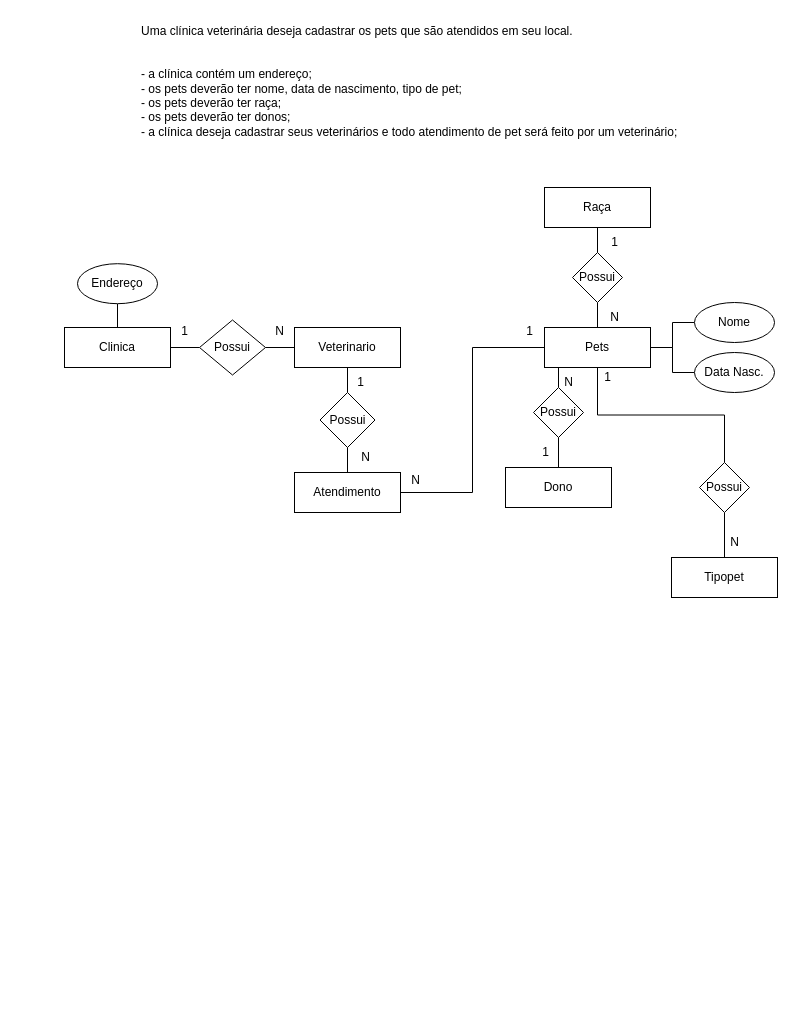
Before: page "Página-4" (4 of 7) of Senai_sprint01/Atividade-1-aula-03/teste.drawio in dgmath/2-Semestre, a draw.io diagram. Source tidied: cells renumbered, new cells numbered last; positions are measured from the earlier drawing's top-left corner, leaving out a move shared by most shapes. Both pictures are drawn from the tidied source at 100%, with x=0, y=0 at pixel (64, 17).
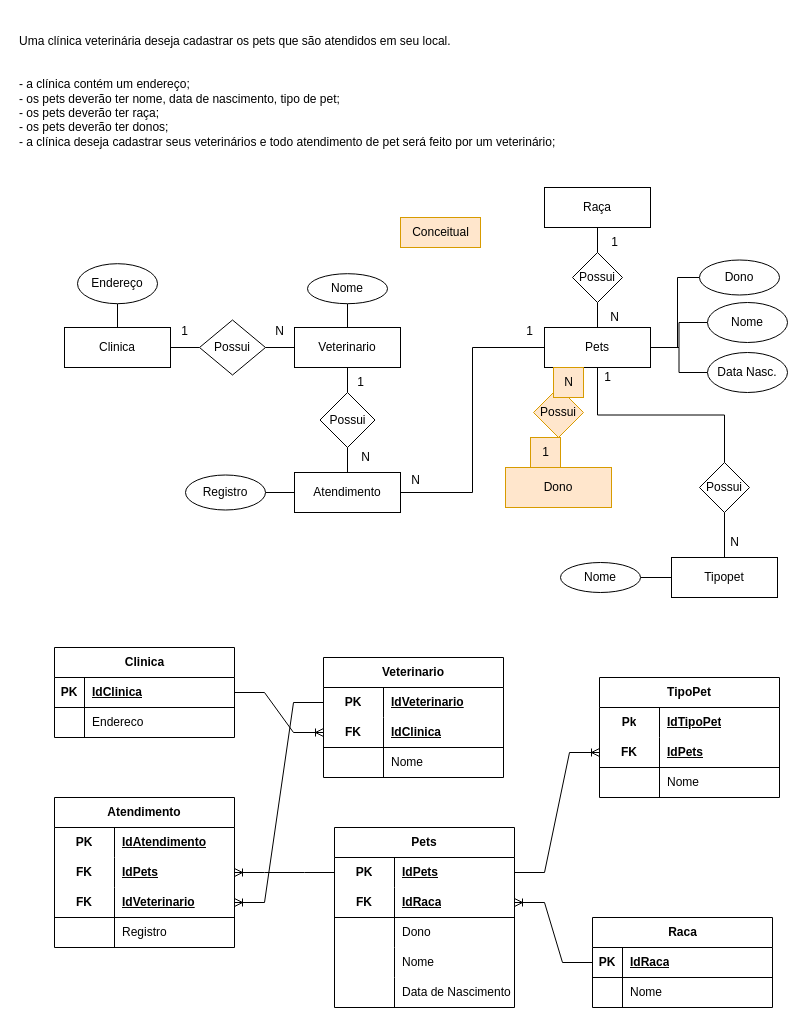
The same page after the edit.

Commit message (it also covers changes not shown here):
Modelo Conceitual, Lógico e Físico Aula-04

The change refers to these unchanged cells:
```xml
<mxCell id="9" value="Pets" style="rounded=0;whiteSpace=wrap;html=1;" parent="1" vertex="1">
  <mxGeometry x="480" y="310" width="106" height="40" as="geometry" />
</mxCell>
<mxCell id="22" value="Veterinario" style="rounded=0;whiteSpace=wrap;html=1;" parent="1" vertex="1">
  <mxGeometry x="230" y="310" width="106" height="40" as="geometry" />
</mxCell>
<mxCell id="35" value="Tipopet" style="rounded=0;whiteSpace=wrap;html=1;" parent="1" vertex="1">
  <mxGeometry x="607" y="540" width="106" height="40" as="geometry" />
</mxCell>
<mxCell id="40" value="Atendimento" style="rounded=0;whiteSpace=wrap;html=1;" parent="1" vertex="1">
  <mxGeometry x="230" y="455" width="106" height="40" as="geometry" />
</mxCell>
```

Diff of the diagram source:
```diff
@@
     <mxCell id="2" value="Uma clínica veterinária deseja cadastrar os pets que são atendidos em seu local.&#10;&#10;&#10;- a clínica contém um endereço;&#10;- os pets deverão ter nome, data de nascimento, tipo de pet;&#10;- os pets deverão ter raça;&#10;- os pets deverão ter donos;&#10;- a clínica deseja cadastrar seus veterinários e todo atendimento de pet será feito por um veterinário;" style="text;whiteSpace=wrap;" parent="1" vertex="1">
-      <mxGeometry x="75" width="560" height="150" as="geometry" />
+      <mxGeometry x="-47" y="10" width="560" height="150" as="geometry" />
     </mxCell>
@@
+    <mxCell id="44" style="edgeStyle=orthogonalEdgeStyle;rounded=0;jettySize=auto;html=1;exitX=1;exitY=0.5;exitDx=0;exitDy=0;endArrow=none;endFill=0;" parent="1" edge="1" source="9" target="95">
+      <mxGeometry relative="1" as="geometry">
+        <Array as="points">
+          <mxPoint x="613" y="330" />
+          <mxPoint x="613" y="260" />
+        </Array>
+      </mxGeometry>
+    </mxCell>
@@
     <mxCell id="10" value="Nome" style="ellipse;whiteSpace=wrap;html=1;" parent="1" vertex="1">
-      <mxGeometry x="630" y="285" width="80" height="40" as="geometry" />
+      <mxGeometry x="643" y="285" width="80" height="40" as="geometry" />
     </mxCell>
     <mxCell id="11" value="Data Nasc." style="ellipse;whiteSpace=wrap;html=1;" parent="1" vertex="1">
-      <mxGeometry x="630" y="335" width="80" height="40" as="geometry" />
+      <mxGeometry x="643" y="335" width="80" height="40" as="geometry" />
     </mxCell>
@@
-    <mxCell id="13" value="Possui" style="rhombus;whiteSpace=wrap;html=1;" parent="1" vertex="1">
+    <mxCell id="13" value="Possui" style="rhombus;whiteSpace=wrap;html=1;fillColor=#ffe6cc;strokeColor=#d79b00;" parent="1" vertex="1">
       <mxGeometry x="469" y="370" width="50" height="50" as="geometry" />
     </mxCell>
@@
-    <mxCell id="15" value="Dono" style="rounded=0;whiteSpace=wrap;html=1;" parent="1" vertex="1">
+    <mxCell id="15" value="Dono" style="rounded=0;whiteSpace=wrap;html=1;fillColor=#ffe6cc;strokeColor=#d79b00;" parent="1" vertex="1">
       <mxGeometry x="441" y="450" width="106" height="40" as="geometry" />
     </mxCell>
-    <mxCell id="16" value="N" style="text;html=1;align=center;verticalAlign=middle;strokeColor=none;fillColor=none;" parent="1" vertex="1">
+    <mxCell id="16" value="N" style="text;html=1;align=center;verticalAlign=middle;strokeColor=#d79b00;fillColor=#ffe6cc;" parent="1" vertex="1">
       <mxGeometry x="489" y="350" width="30" height="30" as="geometry" />
     </mxCell>
-    <mxCell id="17" value="1" style="text;html=1;align=center;verticalAlign=middle;strokeColor=none;fillColor=none;" parent="1" vertex="1">
+    <mxCell id="17" value="1" style="text;html=1;align=center;verticalAlign=middle;strokeColor=#d79b00;fillColor=#ffe6cc;" parent="1" vertex="1">
       <mxGeometry x="466" y="420" width="30" height="30" as="geometry" />
     </mxCell>
@@
+    <mxCell id="45" style="edgeStyle=orthogonalEdgeStyle;rounded=0;jettySize=auto;html=1;endArrow=none;endFill=0;" parent="1" edge="1" source="22" target="106">
+      <mxGeometry relative="1" as="geometry" />
+    </mxCell>
@@
+    <mxCell id="46" style="edgeStyle=orthogonalEdgeStyle;rounded=0;jettySize=auto;html=1;entryX=1;entryY=0.5;entryDx=0;entryDy=0;exitX=0;exitY=0.5;exitDx=0;exitDy=0;endArrow=none;endFill=0;" parent="1" edge="1" source="35" target="107">
+      <mxGeometry relative="1" as="geometry" />
+    </mxCell>
@@
+    <mxCell id="47" style="edgeStyle=orthogonalEdgeStyle;rounded=0;jettySize=auto;html=1;endArrow=none;endFill=0;" parent="1" edge="1" source="40" target="108">
+      <mxGeometry relative="1" as="geometry" />
+    </mxCell>
@@
+    <mxCell id="48" value="Conceitual" style="text;html=1;align=center;verticalAlign=middle;strokeColor=#d79b00;fillColor=#ffe6cc;" parent="1" vertex="1">
+      <mxGeometry x="336" y="200" width="80" height="30" as="geometry" />
+    </mxCell>
+    <mxCell id="49" value="Clinica" style="shape=table;startSize=30;childLayout=tableLayout;rowLines=0;fontStyle=1;align=center;html=1;" parent="1" vertex="1">
+      <mxGeometry x="-10" y="630" width="180" height="90" as="geometry" />
+    </mxCell>
+    <mxCell id="50" style="shape=tableRow;horizontal=0;startSize=0;swimlaneHead=0;swimlaneBody=0;fillColor=none;points=[[0,0.5],[1,0.5]];portConstraint=eastwest;top=0;left=0;right=0;bottom=1;" parent="49" vertex="1">
+      <mxGeometry y="30" width="180" height="30" as="geometry" />
+    </mxCell>
+    <mxCell id="51" value="PK" style="shape=partialRectangle;fillColor=none;top=0;left=0;bottom=0;right=0;fontStyle=1;overflow=hidden;whiteSpace=wrap;html=1;" parent="50" vertex="1">
+      <mxGeometry width="30" height="30" as="geometry" />
+    </mxCell>
+    <mxCell id="52" value="IdClinica" style="shape=partialRectangle;fillColor=none;top=0;left=0;bottom=0;right=0;align=left;spacingLeft=6;fontStyle=5;overflow=hidden;whiteSpace=wrap;html=1;" parent="50" vertex="1">
+      <mxGeometry x="30" width="150" height="30" as="geometry" />
+    </mxCell>
+    <mxCell id="53" style="shape=tableRow;horizontal=0;startSize=0;swimlaneHead=0;swimlaneBody=0;fillColor=none;top=0;left=0;right=0;bottom=0;" parent="49" vertex="1">
+      <mxGeometry y="60" width="180" height="30" as="geometry" />
+    </mxCell>
+    <mxCell id="54" style="shape=partialRectangle;fillColor=none;top=0;left=0;bottom=0;right=0;overflow=hidden;whiteSpace=wrap;html=1;" parent="53" vertex="1">
+      <mxGeometry width="30" height="30" as="geometry" />
+    </mxCell>
+    <mxCell id="55" value="Endereco" style="shape=partialRectangle;fillColor=none;top=0;left=0;bottom=0;right=0;align=left;spacingLeft=6;overflow=hidden;whiteSpace=wrap;html=1;" parent="53" vertex="1">
+      <mxGeometry x="30" width="150" height="30" as="geometry" />
+    </mxCell>
+    <mxCell id="56" value="Veterinario" style="shape=table;startSize=30;childLayout=tableLayout;rowLines=0;fontStyle=1;align=center;html=1;whiteSpace=wrap;" parent="1" vertex="1">
+      <mxGeometry x="259" y="640" width="180" height="120" as="geometry" />
+    </mxCell>
+    <mxCell id="57" style="shape=tableRow;horizontal=0;startSize=0;swimlaneHead=0;swimlaneBody=0;fillColor=none;points=[[0,0.5],[1,0.5]];portConstraint=eastwest;top=0;left=0;right=0;bottom=0;html=1;" parent="56" vertex="1">
+      <mxGeometry y="30" width="180" height="30" as="geometry" />
+    </mxCell>
+    <mxCell id="58" value="PK" style="shape=partialRectangle;fillColor=none;top=0;left=0;bottom=0;right=0;fontStyle=1;overflow=hidden;html=1;whiteSpace=wrap;" parent="57" vertex="1">
+      <mxGeometry width="60" height="30" as="geometry" />
+    </mxCell>
+    <mxCell id="59" value="IdVeterinario" style="shape=partialRectangle;fillColor=none;top=0;left=0;bottom=0;right=0;align=left;spacingLeft=6;fontStyle=5;overflow=hidden;html=1;whiteSpace=wrap;" parent="57" vertex="1">
+      <mxGeometry x="60" width="120" height="30" as="geometry" />
+    </mxCell>
+    <mxCell id="60" style="shape=tableRow;horizontal=0;startSize=0;swimlaneHead=0;swimlaneBody=0;fillColor=none;points=[[0,0.5],[1,0.5]];portConstraint=eastwest;top=0;left=0;right=0;bottom=1;html=1;" parent="56" vertex="1">
+      <mxGeometry y="60" width="180" height="30" as="geometry" />
+    </mxCell>
+    <mxCell id="61" value="FK" style="shape=partialRectangle;fillColor=none;top=0;left=0;bottom=0;right=0;fontStyle=1;overflow=hidden;html=1;whiteSpace=wrap;" parent="60" vertex="1">
+      <mxGeometry width="60" height="30" as="geometry" />
+    </mxCell>
+    <mxCell id="62" value="IdClinica" style="shape=partialRectangle;fillColor=none;top=0;left=0;bottom=0;right=0;align=left;spacingLeft=6;fontStyle=5;overflow=hidden;html=1;whiteSpace=wrap;" parent="60" vertex="1">
+      <mxGeometry x="60" width="120" height="30" as="geometry" />
+    </mxCell>
+    <mxCell id="63" style="shape=tableRow;horizontal=0;startSize=0;swimlaneHead=0;swimlaneBody=0;fillColor=none;top=0;left=0;right=0;bottom=0;html=1;" parent="56" vertex="1">
+      <mxGeometry y="90" width="180" height="30" as="geometry" />
+    </mxCell>
+    <mxCell id="64" style="shape=partialRectangle;fillColor=none;top=0;left=0;bottom=0;right=0;overflow=hidden;html=1;whiteSpace=wrap;" parent="63" vertex="1">
+      <mxGeometry width="60" height="30" as="geometry" />
+    </mxCell>
+    <mxCell id="65" value="Nome" style="shape=partialRectangle;fillColor=none;top=0;left=0;bottom=0;right=0;align=left;spacingLeft=6;overflow=hidden;html=1;whiteSpace=wrap;" parent="63" vertex="1">
+      <mxGeometry x="60" width="120" height="30" as="geometry" />
+    </mxCell>
+    <mxCell id="66" value="Atendimento" style="shape=table;startSize=30;childLayout=tableLayout;rowLines=0;fontStyle=1;align=center;html=1;whiteSpace=wrap;" parent="1" vertex="1">
+      <mxGeometry x="-10" y="780" width="180" height="150" as="geometry" />
+    </mxCell>
+    <mxCell id="67" style="shape=tableRow;horizontal=0;startSize=0;swimlaneHead=0;swimlaneBody=0;fillColor=none;top=0;left=0;right=0;bottom=0;html=1;" parent="66" vertex="1">
+      <mxGeometry y="30" width="180" height="30" as="geometry" />
+    </mxCell>
+    <mxCell id="68" value="PK" style="shape=partialRectangle;fillColor=none;top=0;left=0;bottom=0;right=0;fontStyle=1;overflow=hidden;html=1;whiteSpace=wrap;" parent="67" vertex="1">
+      <mxGeometry width="60" height="30" as="geometry" />
+    </mxCell>
+    <mxCell id="69" value="IdAtendimento" style="shape=partialRectangle;fillColor=none;top=0;left=0;bottom=0;right=0;align=left;spacingLeft=6;fontStyle=5;overflow=hidden;html=1;whiteSpace=wrap;" parent="67" vertex="1">
+      <mxGeometry x="60" width="120" height="30" as="geometry" />
+    </mxCell>
+    <mxCell id="70" style="shape=tableRow;horizontal=0;startSize=0;swimlaneHead=0;swimlaneBody=0;fillColor=none;points=[[0,0.5],[1,0.5]];portConstraint=eastwest;top=0;left=0;right=0;bottom=0;html=1;" parent="66" vertex="1">
+      <mxGeometry y="60" width="180" height="30" as="geometry" />
+    </mxCell>
+    <mxCell id="71" value="FK" style="shape=partialRectangle;fillColor=none;top=0;left=0;bottom=0;right=0;fontStyle=1;overflow=hidden;html=1;whiteSpace=wrap;" parent="70" vertex="1">
+      <mxGeometry width="60" height="30" as="geometry" />
+    </mxCell>
+    <mxCell id="72" value="IdPets" style="shape=partialRectangle;fillColor=none;top=0;left=0;bottom=0;right=0;align=left;spacingLeft=6;fontStyle=5;overflow=hidden;html=1;whiteSpace=wrap;" parent="70" vertex="1">
+      <mxGeometry x="60" width="120" height="30" as="geometry" />
+    </mxCell>
+    <mxCell id="73" style="shape=tableRow;horizontal=0;startSize=0;swimlaneHead=0;swimlaneBody=0;fillColor=none;points=[[0,0.5],[1,0.5]];portConstraint=eastwest;top=0;left=0;right=0;bottom=1;html=1;" parent="66" vertex="1">
+      <mxGeometry y="90" width="180" height="30" as="geometry" />
+    </mxCell>
+    <mxCell id="74" value="FK" style="shape=partialRectangle;fillColor=none;top=0;left=0;bottom=0;right=0;fontStyle=1;overflow=hidden;html=1;whiteSpace=wrap;" parent="73" vertex="1">
+      <mxGeometry width="60" height="30" as="geometry" />
+    </mxCell>
+    <mxCell id="75" value="IdVeterinario" style="shape=partialRectangle;fillColor=none;top=0;left=0;bottom=0;right=0;align=left;spacingLeft=6;fontStyle=5;overflow=hidden;html=1;whiteSpace=wrap;" parent="73" vertex="1">
+      <mxGeometry x="60" width="120" height="30" as="geometry" />
+    </mxCell>
+    <mxCell id="76" style="shape=tableRow;horizontal=0;startSize=0;swimlaneHead=0;swimlaneBody=0;fillColor=none;top=0;left=0;right=0;bottom=0;html=1;" parent="66" vertex="1">
+      <mxGeometry y="120" width="180" height="30" as="geometry" />
+    </mxCell>
+    <mxCell id="77" style="shape=partialRectangle;fillColor=none;top=0;left=0;bottom=0;right=0;overflow=hidden;html=1;whiteSpace=wrap;" parent="76" vertex="1">
+      <mxGeometry width="60" height="30" as="geometry" />
+    </mxCell>
+    <mxCell id="78" value="Registro" style="shape=partialRectangle;fillColor=none;top=0;left=0;bottom=0;right=0;align=left;spacingLeft=6;overflow=hidden;html=1;whiteSpace=wrap;" parent="76" vertex="1">
+      <mxGeometry x="60" width="120" height="30" as="geometry" />
+    </mxCell>
+    <mxCell id="79" value="Pets" style="shape=table;startSize=30;childLayout=tableLayout;rowLines=0;fontStyle=1;align=center;html=1;whiteSpace=wrap;" parent="1" vertex="1">
+      <mxGeometry x="270" y="810" width="180" height="180" as="geometry" />
+    </mxCell>
+    <mxCell id="80" style="shape=tableRow;horizontal=0;startSize=0;swimlaneHead=0;swimlaneBody=0;fillColor=none;points=[[0,0.5],[1,0.5]];portConstraint=eastwest;top=0;left=0;right=0;bottom=0;html=1;" parent="79" vertex="1">
+      <mxGeometry y="30" width="180" height="30" as="geometry" />
+    </mxCell>
+    <mxCell id="81" value="PK" style="shape=partialRectangle;fillColor=none;top=0;left=0;bottom=0;right=0;fontStyle=1;overflow=hidden;html=1;whiteSpace=wrap;" parent="80" vertex="1">
+      <mxGeometry width="60" height="30" as="geometry" />
+    </mxCell>
+    <mxCell id="82" value="IdPets" style="shape=partialRectangle;fillColor=none;top=0;left=0;bottom=0;right=0;align=left;spacingLeft=6;fontStyle=5;overflow=hidden;html=1;whiteSpace=wrap;" parent="80" vertex="1">
+      <mxGeometry x="60" width="120" height="30" as="geometry" />
+    </mxCell>
+    <mxCell id="83" style="shape=tableRow;horizontal=0;startSize=0;swimlaneHead=0;swimlaneBody=0;fillColor=none;points=[[0,0.5],[1,0.5]];portConstraint=eastwest;top=0;left=0;right=0;bottom=1;html=1;" parent="79" vertex="1">
+      <mxGeometry y="60" width="180" height="30" as="geometry" />
+    </mxCell>
+    <mxCell id="84" value="FK" style="shape=partialRectangle;fillColor=none;top=0;left=0;bottom=0;right=0;fontStyle=1;overflow=hidden;html=1;whiteSpace=wrap;" parent="83" vertex="1">
+      <mxGeometry width="60" height="30" as="geometry" />
+    </mxCell>
+    <mxCell id="85" value="IdRaca" style="shape=partialRectangle;fillColor=none;top=0;left=0;bottom=0;right=0;align=left;spacingLeft=6;fontStyle=5;overflow=hidden;html=1;whiteSpace=wrap;" parent="83" vertex="1">
+      <mxGeometry x="60" width="120" height="30" as="geometry" />
+    </mxCell>
+    <mxCell id="86" style="shape=tableRow;horizontal=0;startSize=0;swimlaneHead=0;swimlaneBody=0;fillColor=none;top=0;left=0;right=0;bottom=0;html=1;" parent="79" vertex="1">
+      <mxGeometry y="90" width="180" height="30" as="geometry" />
+    </mxCell>
+    <mxCell id="87" style="shape=partialRectangle;fillColor=none;top=0;left=0;bottom=0;right=0;overflow=hidden;html=1;whiteSpace=wrap;" parent="86" vertex="1">
+      <mxGeometry width="60" height="30" as="geometry" />
+    </mxCell>
+    <mxCell id="88" value="Dono" style="shape=partialRectangle;fillColor=none;top=0;left=0;bottom=0;right=0;align=left;spacingLeft=6;overflow=hidden;html=1;whiteSpace=wrap;" parent="86" vertex="1">
+      <mxGeometry x="60" width="120" height="30" as="geometry" />
+    </mxCell>
+    <mxCell id="89" style="shape=tableRow;horizontal=0;startSize=0;swimlaneHead=0;swimlaneBody=0;fillColor=none;top=0;left=0;right=0;bottom=0;html=1;" parent="79" vertex="1">
+      <mxGeometry y="120" width="180" height="30" as="geometry" />
+    </mxCell>
+    <mxCell id="90" style="shape=partialRectangle;fillColor=none;top=0;left=0;bottom=0;right=0;overflow=hidden;html=1;whiteSpace=wrap;" parent="89" vertex="1">
+      <mxGeometry width="60" height="30" as="geometry" />
+    </mxCell>
+    <mxCell id="91" value="Nome" style="shape=partialRectangle;fillColor=none;top=0;left=0;bottom=0;right=0;align=left;spacingLeft=6;overflow=hidden;html=1;whiteSpace=wrap;" parent="89" vertex="1">
+      <mxGeometry x="60" width="120" height="30" as="geometry" />
+    </mxCell>
+    <mxCell id="92" style="shape=tableRow;horizontal=0;startSize=0;swimlaneHead=0;swimlaneBody=0;fillColor=none;top=0;left=0;right=0;bottom=0;html=1;" parent="79" vertex="1">
+      <mxGeometry y="150" width="180" height="30" as="geometry" />
+    </mxCell>
+    <mxCell id="93" style="shape=partialRectangle;fillColor=none;top=0;left=0;bottom=0;right=0;overflow=hidden;html=1;whiteSpace=wrap;" parent="92" vertex="1">
+      <mxGeometry width="60" height="30" as="geometry" />
+    </mxCell>
+    <mxCell id="94" value="Data de Nascimento" style="shape=partialRectangle;fillColor=none;top=0;left=0;bottom=0;right=0;align=left;spacingLeft=6;overflow=hidden;html=1;whiteSpace=wrap;" parent="92" vertex="1">
+      <mxGeometry x="60" width="120" height="30" as="geometry" />
+    </mxCell>
+    <mxCell id="95" value="Dono" style="ellipse;whiteSpace=wrap;html=1;rounded=0;" parent="1" vertex="1">
+      <mxGeometry x="635" y="242.5" width="80" height="35" as="geometry" />
+    </mxCell>
+    <mxCell id="96" value="TipoPet" style="shape=table;startSize=30;childLayout=tableLayout;rowLines=0;fontStyle=1;align=center;html=1;whiteSpace=wrap;" parent="1" vertex="1">
+      <mxGeometry x="535" y="660" width="180" height="120" as="geometry" />
+    </mxCell>
+    <mxCell id="97" style="shape=tableRow;horizontal=0;startSize=0;swimlaneHead=0;swimlaneBody=0;fillColor=none;top=0;left=0;right=0;bottom=0;html=1;" parent="96" vertex="1">
+      <mxGeometry y="30" width="180" height="30" as="geometry" />
+    </mxCell>
+    <mxCell id="98" value="Pk" style="shape=partialRectangle;fillColor=none;top=0;left=0;bottom=0;right=0;fontStyle=1;overflow=hidden;html=1;whiteSpace=wrap;" parent="97" vertex="1">
+      <mxGeometry width="60" height="30" as="geometry" />
+    </mxCell>
+    <mxCell id="99" value="IdTipoPet" style="shape=partialRectangle;fillColor=none;top=0;left=0;bottom=0;right=0;align=left;spacingLeft=6;fontStyle=5;overflow=hidden;html=1;whiteSpace=wrap;" parent="97" vertex="1">
+      <mxGeometry x="60" width="120" height="30" as="geometry" />
+    </mxCell>
+    <mxCell id="100" style="shape=tableRow;horizontal=0;startSize=0;swimlaneHead=0;swimlaneBody=0;fillColor=none;points=[[0,0.5],[1,0.5]];portConstraint=eastwest;top=0;left=0;right=0;bottom=1;html=1;" parent="96" vertex="1">
+      <mxGeometry y="60" width="180" height="30" as="geometry" />
+    </mxCell>
+    <mxCell id="101" value="FK" style="shape=partialRectangle;fillColor=none;top=0;left=0;bottom=0;right=0;fontStyle=1;overflow=hidden;html=1;whiteSpace=wrap;" parent="100" vertex="1">
+      <mxGeometry width="60" height="30" as="geometry" />
+    </mxCell>
+    <mxCell id="102" value="IdPets" style="shape=partialRectangle;fillColor=none;top=0;left=0;bottom=0;right=0;align=left;spacingLeft=6;fontStyle=5;overflow=hidden;html=1;whiteSpace=wrap;" parent="100" vertex="1">
+      <mxGeometry x="60" width="120" height="30" as="geometry" />
+    </mxCell>
+    <mxCell id="103" style="shape=tableRow;horizontal=0;startSize=0;swimlaneHead=0;swimlaneBody=0;fillColor=none;top=0;left=0;right=0;bottom=0;html=1;" parent="96" vertex="1">
+      <mxGeometry y="90" width="180" height="30" as="geometry" />
+    </mxCell>
+    <mxCell id="104" style="shape=partialRectangle;fillColor=none;top=0;left=0;bottom=0;right=0;overflow=hidden;html=1;whiteSpace=wrap;" parent="103" vertex="1">
+      <mxGeometry width="60" height="30" as="geometry" />
+    </mxCell>
+    <mxCell id="105" value="Nome" style="shape=partialRectangle;fillColor=none;top=0;left=0;bottom=0;right=0;align=left;spacingLeft=6;overflow=hidden;html=1;whiteSpace=wrap;" parent="103" vertex="1">
+      <mxGeometry x="60" width="120" height="30" as="geometry" />
+    </mxCell>
+    <mxCell id="106" value="Nome" style="ellipse;whiteSpace=wrap;html=1;rounded=0;" parent="1" vertex="1">
+      <mxGeometry x="243" y="256.2" width="80" height="30" as="geometry" />
+    </mxCell>
+    <mxCell id="107" value="Nome" style="ellipse;whiteSpace=wrap;html=1;rounded=0;" parent="1" vertex="1">
+      <mxGeometry x="496" y="545" width="80" height="30" as="geometry" />
+    </mxCell>
+    <mxCell id="108" value="Registro" style="ellipse;whiteSpace=wrap;html=1;rounded=0;" parent="1" vertex="1">
+      <mxGeometry x="121" y="457.5" width="80" height="35" as="geometry" />
+    </mxCell>
+    <mxCell id="109" style="edgeStyle=entityRelationEdgeStyle;fontSize=12;html=1;endArrow=ERoneToMany;rounded=0;entryX=0;entryY=0.5;entryDx=0;entryDy=0;" parent="1" edge="1" source="50" target="60">
+      <mxGeometry relative="1" as="geometry" />
+    </mxCell>
+    <mxCell id="110" style="edgeStyle=entityRelationEdgeStyle;fontSize=12;html=1;endArrow=ERoneToMany;rounded=0;exitX=0;exitY=0.5;exitDx=0;exitDy=0;entryX=1;entryY=0.5;entryDx=0;entryDy=0;" parent="1" edge="1" source="57" target="73">
+      <mxGeometry relative="1" as="geometry" />
+    </mxCell>
+    <mxCell id="111" value="Raca" style="shape=table;startSize=30;childLayout=tableLayout;rowLines=0;fontStyle=1;align=center;html=1;" parent="1" vertex="1">
+      <mxGeometry x="528" y="900" width="180" height="90" as="geometry" />
+    </mxCell>
+    <mxCell id="112" style="shape=tableRow;horizontal=0;startSize=0;swimlaneHead=0;swimlaneBody=0;fillColor=none;points=[[0,0.5],[1,0.5]];portConstraint=eastwest;top=0;left=0;right=0;bottom=1;" parent="111" vertex="1">
+      <mxGeometry y="30" width="180" height="30" as="geometry" />
+    </mxCell>
+    <mxCell id="113" value="PK" style="shape=partialRectangle;fillColor=none;top=0;left=0;bottom=0;right=0;fontStyle=1;overflow=hidden;whiteSpace=wrap;html=1;" parent="112" vertex="1">
+      <mxGeometry width="30" height="30" as="geometry" />
+    </mxCell>
+    <mxCell id="114" value="IdRaca" style="shape=partialRectangle;fillColor=none;top=0;left=0;bottom=0;right=0;align=left;spacingLeft=6;fontStyle=5;overflow=hidden;whiteSpace=wrap;html=1;" parent="112" vertex="1">
+      <mxGeometry x="30" width="150" height="30" as="geometry" />
+    </mxCell>
+    <mxCell id="115" style="shape=tableRow;horizontal=0;startSize=0;swimlaneHead=0;swimlaneBody=0;fillColor=none;top=0;left=0;right=0;bottom=0;" parent="111" vertex="1">
+      <mxGeometry y="60" width="180" height="30" as="geometry" />
+    </mxCell>
+    <mxCell id="116" style="shape=partialRectangle;fillColor=none;top=0;left=0;bottom=0;right=0;overflow=hidden;whiteSpace=wrap;html=1;" parent="115" vertex="1">
+      <mxGeometry width="30" height="30" as="geometry" />
+    </mxCell>
+    <mxCell id="117" value="Nome" style="shape=partialRectangle;fillColor=none;top=0;left=0;bottom=0;right=0;align=left;spacingLeft=6;overflow=hidden;whiteSpace=wrap;html=1;" parent="115" vertex="1">
+      <mxGeometry x="30" width="150" height="30" as="geometry" />
+    </mxCell>
+    <mxCell id="118" style="edgeStyle=entityRelationEdgeStyle;fontSize=12;html=1;endArrow=ERoneToMany;rounded=0;exitX=0;exitY=0.5;exitDx=0;exitDy=0;entryX=1;entryY=0.5;entryDx=0;entryDy=0;" parent="1" edge="1" source="112" target="83">
+      <mxGeometry relative="1" as="geometry" />
+    </mxCell>
+    <mxCell id="119" style="edgeStyle=entityRelationEdgeStyle;fontSize=12;html=1;endArrow=ERoneToMany;rounded=0;entryX=1;entryY=0.5;entryDx=0;entryDy=0;" parent="1" edge="1" source="80" target="70">
+      <mxGeometry relative="1" as="geometry" />
+    </mxCell>
+    <mxCell id="120" style="edgeStyle=entityRelationEdgeStyle;fontSize=12;html=1;endArrow=ERoneToMany;rounded=0;exitX=1;exitY=0.5;exitDx=0;exitDy=0;entryX=0;entryY=0.5;entryDx=0;entryDy=0;" parent="1" edge="1" source="80" target="100">
+      <mxGeometry relative="1" as="geometry" />
+    </mxCell>
```
